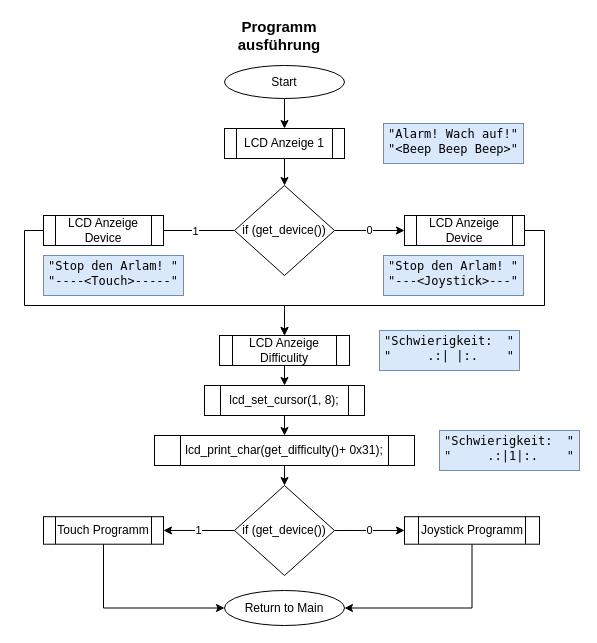
The draw.io diagram page "Programm" (3 of 5) of Untitled Diagram.drawio in Seafesko/Nucleo-Wecker, before the edit. Source tidied: cells renumbered, new cells numbered last; positions are measured from the earlier drawing's top-left corner, leaving out a move shared by most shapes. Both pictures are drawn from the tidied source at 100%, with x=0, y=0 at pixel (24, 25).
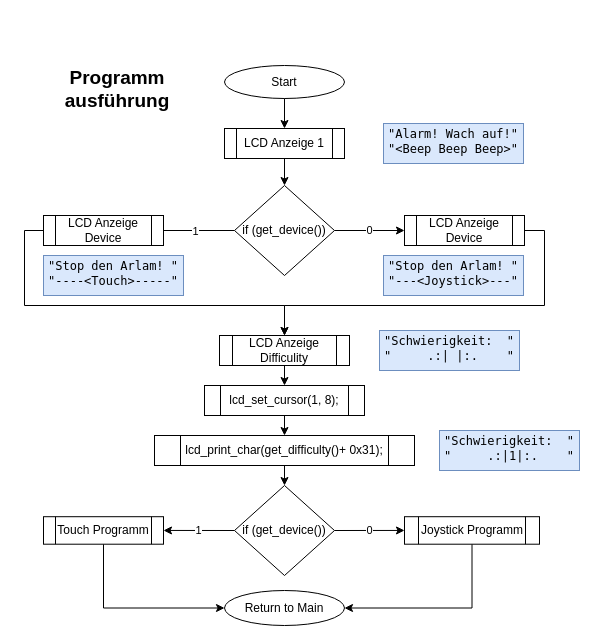
Above is the later version.

What changed in the source:
```diff
@@
-    <mxCell id="2" value="&lt;b&gt;&lt;font style=&quot;font-size: 15px&quot;&gt;Programm ausführung&lt;/font&gt;&lt;/b&gt;" style="text;html=1;strokeColor=none;fillColor=none;align=center;verticalAlign=middle;whiteSpace=wrap;rounded=0;" parent="1" vertex="1">
-      <mxGeometry x="240" width="30" height="20" as="geometry" />
+    <mxCell id="2" value="&lt;font style=&quot;font-size: 19px&quot;&gt;&lt;b&gt;&lt;font style=&quot;font-size: 19px&quot;&gt;Programm ausführung&lt;/font&gt;&lt;/b&gt;&lt;/font&gt;" style="text;html=1;strokeColor=none;fillColor=none;align=center;verticalAlign=middle;whiteSpace=wrap;rounded=0;" parent="1" vertex="1">
+      <mxGeometry x="70" y="40" width="46" height="47" as="geometry" />
     </mxCell>
```
